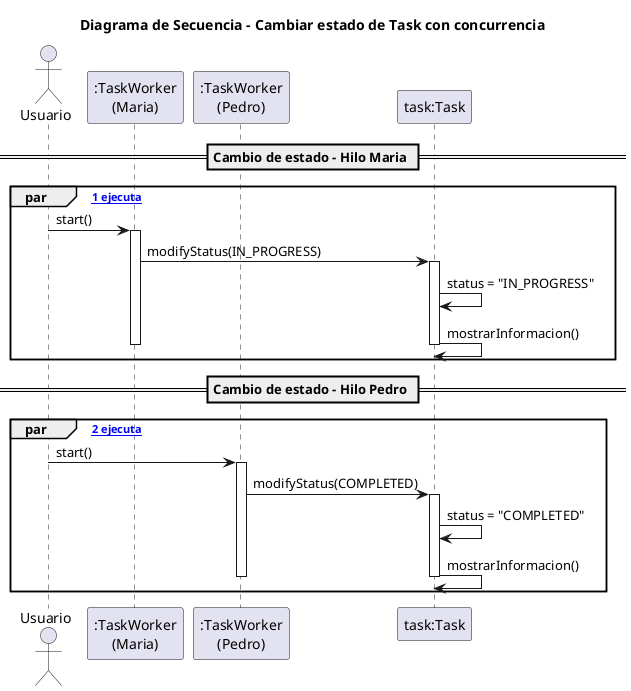
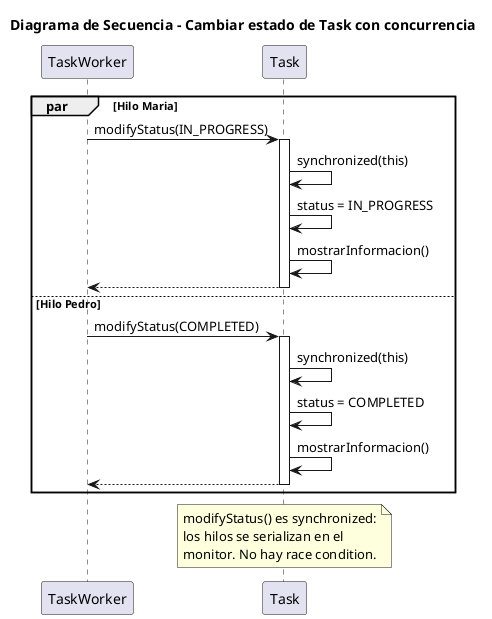
@startuml SecuenciaCambiarEstado
title Diagrama de Secuencia - Cambiar estado de Task con concurrencia

- actor Usuario
- participant ":TaskWorker\n(Maria)" as wMaria
- participant ":TaskWorker\n(Pedro)" as wPedro
- participant "task:Task" as task
+ participant TaskWorker
+ participant Task

- == Cambio de estado - Hilo Maria ==
- 
- par [Hilo 1 ejecuta]
-   Usuario -> wMaria : start()
-   activate wMaria
-   wMaria -> task : modifyStatus(IN_PROGRESS)
-   activate task
-   task -> task : status = "IN_PROGRESS"
-   task -> task : mostrarInformacion()
-   deactivate task
-   deactivate wMaria
+ par Hilo Maria
+   TaskWorker -> Task : modifyStatus(IN_PROGRESS)
+   activate Task
+   Task -> Task : synchronized(this)
+   Task -> Task : status = IN_PROGRESS
+   Task -> Task : mostrarInformacion()
+   Task --> TaskWorker
+   deactivate Task
+ else Hilo Pedro
+   TaskWorker -> Task : modifyStatus(COMPLETED)
+   activate Task
+   Task -> Task : synchronized(this)
+   Task -> Task : status = COMPLETED
+   Task -> Task : mostrarInformacion()
+   Task --> TaskWorker
+   deactivate Task
end

- == Cambio de estado - Hilo Pedro ==
- 
- par [Hilo 2 ejecuta]
-   Usuario -> wPedro : start()
-   activate wPedro
-   wPedro -> task : modifyStatus(COMPLETED)
-   activate task
-   task -> task : status = "COMPLETED"
-   task -> task : mostrarInformacion()
-   deactivate task
-   deactivate wPedro
- end
+ note over Task
+   modifyStatus() es synchronized:
+   los hilos se serializan en el
+   monitor. No hay race condition.
+ end note

@enduml
